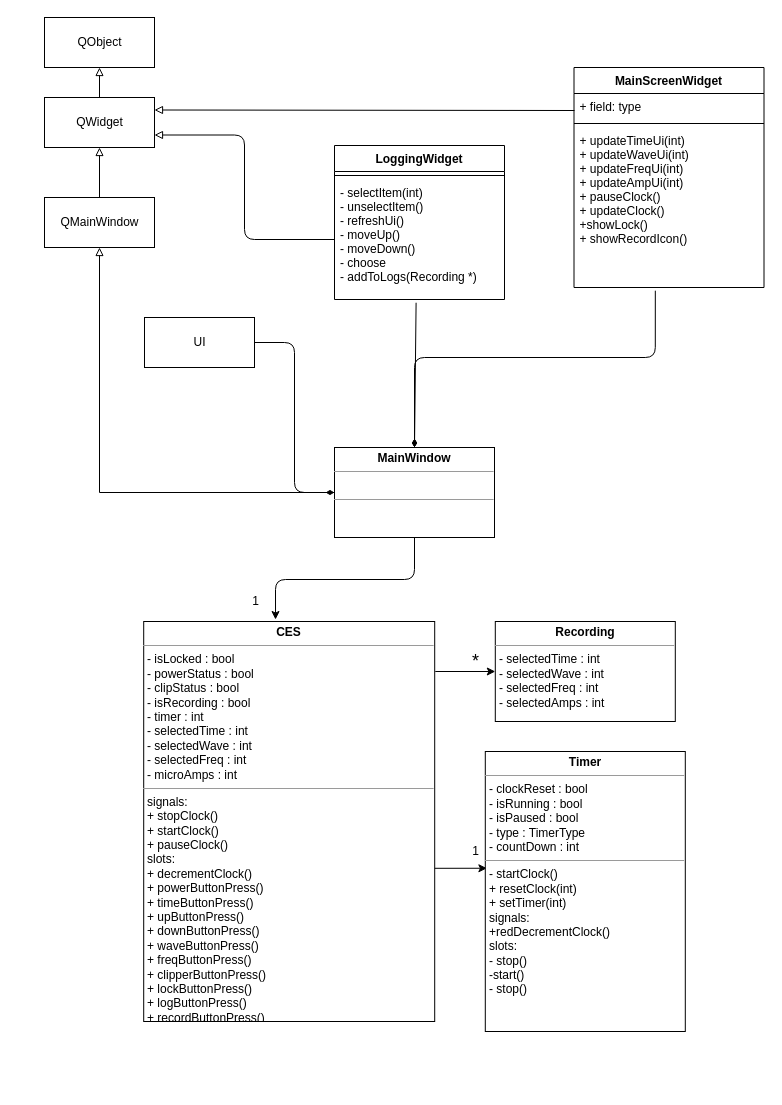
This is page "Class Diagram" (1 of 2) of Documentation/diagrams.drawio from willwright1213/CESSimulator, a draw.io file, before an edit. Source tidied: cells renumbered, new cells numbered last; positions are measured from the earlier drawing's top-left corner, leaving out a move shared by most shapes. Both pictures are drawn from the tidied source at 100%, with x=0, y=0 at pixel (44, 17).
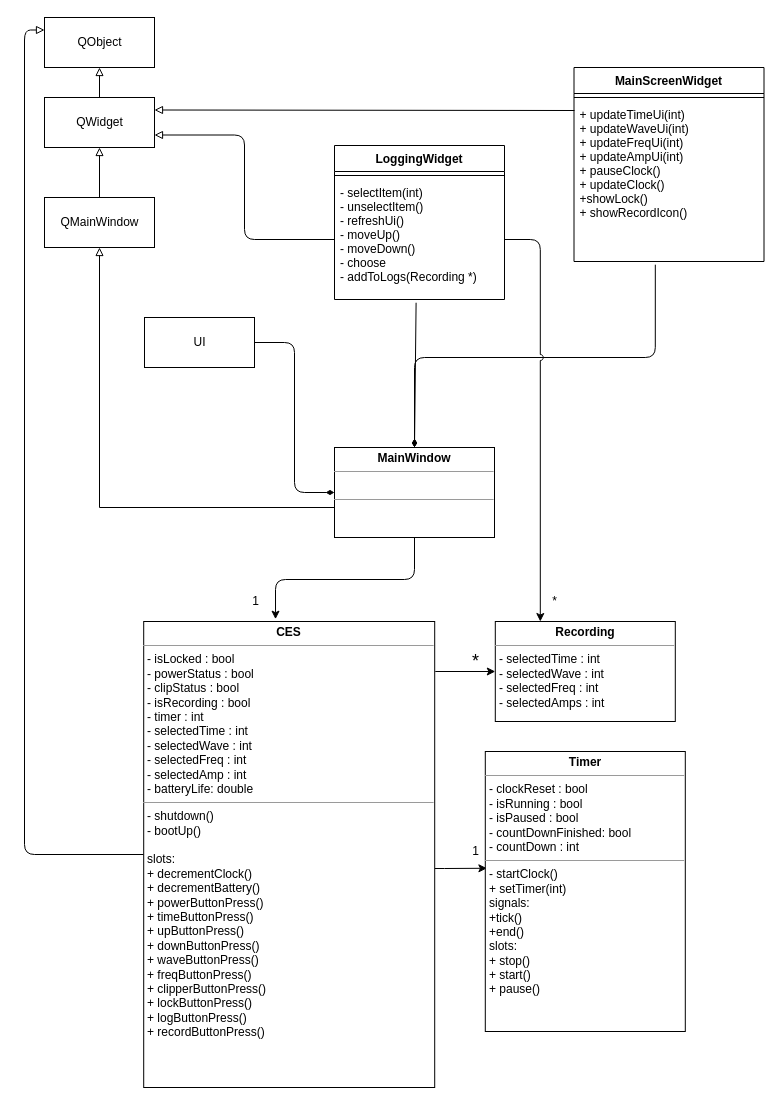
After the change.

The change refers to these unchanged cells:
```xml
<mxCell id="4" value="&lt;p style=&quot;margin: 0px ; margin-top: 4px ; text-align: center&quot;&gt;&lt;b&gt;MainWindow&lt;/b&gt;&lt;/p&gt;&lt;hr size=&quot;1&quot;&gt;&lt;p style=&quot;margin: 0px ; margin-left: 4px&quot;&gt;&lt;br&gt;&lt;/p&gt;&lt;hr size=&quot;1&quot;&gt;&lt;p style=&quot;margin: 0px ; margin-left: 4px&quot;&gt;&lt;br&gt;&lt;/p&gt;" style="verticalAlign=top;align=left;overflow=fill;fontSize=12;fontFamily=Helvetica;html=1;" parent="1" vertex="1">
  <mxGeometry x="290" y="430" width="160" height="90" as="geometry" />
</mxCell>
<mxCell id="8" value="&lt;p style=&quot;margin: 0px ; margin-top: 4px ; text-align: center&quot;&gt;&lt;b&gt;Recording&lt;/b&gt;&lt;/p&gt;&lt;hr size=&quot;1&quot;&gt;&lt;p style=&quot;margin: 0px ; margin-left: 4px&quot;&gt;- selectedTime : int&lt;/p&gt;&lt;p style=&quot;margin: 0px ; margin-left: 4px&quot;&gt;- selectedWave : int&lt;br&gt;&lt;/p&gt;&lt;p style=&quot;margin: 0px ; margin-left: 4px&quot;&gt;- selectedFreq : int&lt;br&gt;&lt;/p&gt;&lt;p style=&quot;margin: 0px ; margin-left: 4px&quot;&gt;- selectedAmps : int&lt;br&gt;&lt;/p&gt;&lt;p style=&quot;margin: 0px ; margin-left: 4px&quot;&gt;&lt;br&gt;&lt;/p&gt;" style="verticalAlign=top;align=left;overflow=fill;fontSize=12;fontFamily=Helvetica;html=1;" parent="1" vertex="1">
  <mxGeometry x="450.8" y="604" width="180" height="100" as="geometry" />
</mxCell>
<mxCell id="10" value="QObject" style="html=1;" parent="1" vertex="1">
  <mxGeometry width="110" height="50" as="geometry" />
</mxCell>
<mxCell id="12" value="QMainWindow" style="html=1;" parent="1" vertex="1">
  <mxGeometry y="180" width="110" height="50" as="geometry" />
</mxCell>
<mxCell id="27" value="- selectItem(int)&#10;- unselectItem()&#10;- refreshUi()&#10;- moveUp()&#10;- moveDown()&#10;- choose&#10;- addToLogs(Recording *)" style="text;strokeColor=none;fillColor=none;align=left;verticalAlign=top;spacingLeft=4;spacingRight=4;overflow=hidden;points=[[0,0.5],[1,0.5]];portConstraint=eastwest;" parent="25" vertex="1">
  <mxGeometry y="34" width="170" height="120" as="geometry" />
</mxCell>
```

Change to the diagram source:
```diff
@@
     <mxCell id="2" style="edgeStyle=orthogonalEdgeStyle;rounded=0;jettySize=auto;html=1;entryX=0.5;entryY=1;entryDx=0;entryDy=0;endArrow=block;endFill=0;" parent="1" edge="1" source="4" target="12">
-      <mxGeometry relative="1" as="geometry" />
+      <mxGeometry relative="1" as="geometry">
+        <Array as="points">
+          <mxPoint x="55" y="490" />
+        </Array>
+      </mxGeometry>
     </mxCell>
@@
-    <mxCell id="6" style="rounded=0;jettySize=auto;html=1;entryX=0.008;entryY=0.417;entryDx=0;entryDy=0;endArrow=classic;endFill=1;exitX=0.998;exitY=0.617;exitDx=0;exitDy=0;exitPerimeter=0;entryPerimeter=0;" parent="1" edge="1" source="7" target="9">
-      <mxGeometry relative="1" as="geometry" />
+    <mxCell id="6" style="rounded=0;jettySize=auto;html=1;entryX=0.008;entryY=0.417;entryDx=0;entryDy=0;endArrow=classic;endFill=1;entryPerimeter=0;edgeStyle=orthogonalEdgeStyle;" parent="1" edge="1" source="7" target="9">
+      <mxGeometry relative="1" as="geometry">
+        <Array as="points">
+          <mxPoint x="400" y="851" />
+          <mxPoint x="400" y="851" />
+        </Array>
+      </mxGeometry>
     </mxCell>
+    <mxCell id="31" style="edgeStyle=orthogonalEdgeStyle;rounded=1;jumpStyle=arc;jettySize=auto;html=1;entryX=0;entryY=0.25;entryDx=0;entryDy=0;endArrow=block;endFill=0;" parent="1" edge="1" source="7" target="10">
+      <mxGeometry relative="1" as="geometry">
+        <Array as="points">
+          <mxPoint x="-20" y="837" />
+          <mxPoint x="-20" y="13" />
+        </Array>
+      </mxGeometry>
+    </mxCell>
-    <mxCell id="7" value="&lt;p style=&quot;margin: 0px ; margin-top: 4px ; text-align: center&quot;&gt;&lt;b&gt;CES&lt;/b&gt;&lt;/p&gt;&lt;hr size=&quot;1&quot;&gt;&lt;p style=&quot;margin: 0px ; margin-left: 4px&quot;&gt;- isLocked : bool&lt;/p&gt;&lt;p style=&quot;margin: 0px ; margin-left: 4px&quot;&gt;- powerStatus : bool&lt;/p&gt;&lt;p style=&quot;margin: 0px ; margin-left: 4px&quot;&gt;- clipStatus : bool&lt;/p&gt;&lt;p style=&quot;margin: 0px ; margin-left: 4px&quot;&gt;- isRecording : bool&lt;/p&gt;&lt;p style=&quot;margin: 0px ; margin-left: 4px&quot;&gt;- timer : int&lt;/p&gt;&lt;p style=&quot;margin: 0px ; margin-left: 4px&quot;&gt;- selectedTime : int&lt;/p&gt;&lt;p style=&quot;margin: 0px ; margin-left: 4px&quot;&gt;- selectedWave : int&lt;/p&gt;&lt;p style=&quot;margin: 0px ; margin-left: 4px&quot;&gt;- selectedFreq : int&lt;/p&gt;&lt;p style=&quot;margin: 0px ; margin-left: 4px&quot;&gt;- microAmps : int&lt;/p&gt;&lt;hr size=&quot;1&quot;&gt;&lt;p style=&quot;margin: 0px ; margin-left: 4px&quot;&gt;signals:&lt;/p&gt;&lt;p style=&quot;margin: 0px ; margin-left: 4px&quot;&gt;+ stopClock()&lt;/p&gt;&lt;p style=&quot;margin: 0px ; margin-left: 4px&quot;&gt;+ startClock()&lt;/p&gt;&lt;p style=&quot;margin: 0px ; margin-left: 4px&quot;&gt;+ pauseClock()&lt;/p&gt;&lt;p style=&quot;margin: 0px ; margin-left: 4px&quot;&gt;slots:&lt;/p&gt;&lt;p style=&quot;margin: 0px ; margin-left: 4px&quot;&gt;+ decrementClock()&lt;/p&gt;&lt;p style=&quot;margin: 0px ; margin-left: 4px&quot;&gt;+ powerButtonPress()&lt;/p&gt;&lt;p style=&quot;margin: 0px ; margin-left: 4px&quot;&gt;+ timeButtonPress()&lt;/p&gt;&lt;p style=&quot;margin: 0px ; margin-left: 4px&quot;&gt;+ upButtonPress()&lt;/p&gt;&lt;p style=&quot;margin: 0px ; margin-left: 4px&quot;&gt;+ downButtonPress()&lt;/p&gt;&lt;p style=&quot;margin: 0px ; margin-left: 4px&quot;&gt;+ waveButtonPress()&lt;/p&gt;&lt;p style=&quot;margin: 0px ; margin-left: 4px&quot;&gt;+ freqButtonPress()&lt;/p&gt;&lt;p style=&quot;margin: 0px ; margin-left: 4px&quot;&gt;+ clipperButtonPress()&lt;/p&gt;&lt;p style=&quot;margin: 0px ; margin-left: 4px&quot;&gt;+ lockButtonPress()&lt;/p&gt;&lt;p style=&quot;margin: 0px ; margin-left: 4px&quot;&gt;+ logButtonPress()&lt;/p&gt;&lt;p style=&quot;margin: 0px ; margin-left: 4px&quot;&gt;+ recordButtonPress()&lt;/p&gt;" style="verticalAlign=top;align=left;overflow=fill;fontSize=12;fontFamily=Helvetica;html=1;" parent="1" vertex="1">
-      <mxGeometry x="99.2" y="604" width="291" height="400" as="geometry" />
+    <mxCell id="7" value="&lt;p style=&quot;margin: 0px ; margin-top: 4px ; text-align: center&quot;&gt;&lt;b&gt;CES&lt;/b&gt;&lt;/p&gt;&lt;hr size=&quot;1&quot;&gt;&lt;p style=&quot;margin: 0px ; margin-left: 4px&quot;&gt;- isLocked : bool&lt;/p&gt;&lt;p style=&quot;margin: 0px ; margin-left: 4px&quot;&gt;- powerStatus : bool&lt;/p&gt;&lt;p style=&quot;margin: 0px ; margin-left: 4px&quot;&gt;- clipStatus : bool&lt;/p&gt;&lt;p style=&quot;margin: 0px ; margin-left: 4px&quot;&gt;- isRecording : bool&lt;/p&gt;&lt;p style=&quot;margin: 0px ; margin-left: 4px&quot;&gt;- timer : int&lt;/p&gt;&lt;p style=&quot;margin: 0px ; margin-left: 4px&quot;&gt;- selectedTime : int&lt;/p&gt;&lt;p style=&quot;margin: 0px ; margin-left: 4px&quot;&gt;- selectedWave : int&lt;/p&gt;&lt;p style=&quot;margin: 0px ; margin-left: 4px&quot;&gt;- selectedFreq : int&lt;/p&gt;&lt;p style=&quot;margin: 0px ; margin-left: 4px&quot;&gt;- selectedAmp : int&lt;/p&gt;&lt;p style=&quot;margin: 0px ; margin-left: 4px&quot;&gt;- batteryLife: double&lt;/p&gt;&lt;hr size=&quot;1&quot;&gt;&lt;p style=&quot;margin: 0px ; margin-left: 4px&quot;&gt;&lt;span&gt;- shutdown()&lt;/span&gt;&lt;/p&gt;&lt;p style=&quot;margin: 0px ; margin-left: 4px&quot;&gt;- bootUp()&lt;/p&gt;&lt;p style=&quot;margin: 0px ; margin-left: 4px&quot;&gt;&lt;br&gt;&lt;/p&gt;&lt;p style=&quot;margin: 0px ; margin-left: 4px&quot;&gt;&lt;span&gt;slots:&lt;/span&gt;&lt;br&gt;&lt;/p&gt;&lt;p style=&quot;margin: 0px ; margin-left: 4px&quot;&gt;+ decrementClock()&lt;/p&gt;&lt;p style=&quot;margin: 0px ; margin-left: 4px&quot;&gt;+ decrementBattery()&lt;/p&gt;&lt;p style=&quot;margin: 0px ; margin-left: 4px&quot;&gt;+ powerButtonPress()&lt;/p&gt;&lt;p style=&quot;margin: 0px ; margin-left: 4px&quot;&gt;+ timeButtonPress()&lt;/p&gt;&lt;p style=&quot;margin: 0px ; margin-left: 4px&quot;&gt;+ upButtonPress()&lt;/p&gt;&lt;p style=&quot;margin: 0px ; margin-left: 4px&quot;&gt;+ downButtonPress()&lt;/p&gt;&lt;p style=&quot;margin: 0px ; margin-left: 4px&quot;&gt;+ waveButtonPress()&lt;/p&gt;&lt;p style=&quot;margin: 0px ; margin-left: 4px&quot;&gt;+ freqButtonPress()&lt;/p&gt;&lt;p style=&quot;margin: 0px ; margin-left: 4px&quot;&gt;+ clipperButtonPress()&lt;/p&gt;&lt;p style=&quot;margin: 0px ; margin-left: 4px&quot;&gt;+ lockButtonPress()&lt;/p&gt;&lt;p style=&quot;margin: 0px ; margin-left: 4px&quot;&gt;+ logButtonPress()&lt;/p&gt;&lt;p style=&quot;margin: 0px ; margin-left: 4px&quot;&gt;+ recordButtonPress()&lt;/p&gt;" style="verticalAlign=top;align=left;overflow=fill;fontSize=12;fontFamily=Helvetica;html=1;" parent="1" vertex="1">
+      <mxGeometry x="99.2" y="604" width="291" height="466" as="geometry" />
     </mxCell>
@@
-    <mxCell id="9" value="&lt;p style=&quot;margin: 0px ; margin-top: 4px ; text-align: center&quot;&gt;&lt;b&gt;Timer&lt;/b&gt;&lt;/p&gt;&lt;hr size=&quot;1&quot;&gt;&lt;p style=&quot;margin: 0px ; margin-left: 4px&quot;&gt;- clockReset : bool&lt;/p&gt;&lt;p style=&quot;margin: 0px ; margin-left: 4px&quot;&gt;- isRunning : bool&lt;/p&gt;&lt;p style=&quot;margin: 0px ; margin-left: 4px&quot;&gt;- isPaused : bool&lt;/p&gt;&lt;p style=&quot;margin: 0px ; margin-left: 4px&quot;&gt;- type : TimerType&lt;/p&gt;&lt;p style=&quot;margin: 0px ; margin-left: 4px&quot;&gt;- countDown : int&lt;/p&gt;&lt;hr size=&quot;1&quot;&gt;&lt;p style=&quot;margin: 0px ; margin-left: 4px&quot;&gt;- startClock()&lt;/p&gt;&lt;p style=&quot;margin: 0px ; margin-left: 4px&quot;&gt;+ resetClock(int)&lt;/p&gt;&lt;p style=&quot;margin: 0px ; margin-left: 4px&quot;&gt;+ setTimer(int)&lt;/p&gt;&lt;p style=&quot;margin: 0px ; margin-left: 4px&quot;&gt;&lt;span&gt;signals:&lt;/span&gt;&lt;br&gt;&lt;/p&gt;&lt;p style=&quot;margin: 0px ; margin-left: 4px&quot;&gt;+redDecrementClock()&amp;nbsp;&lt;/p&gt;&lt;p style=&quot;margin: 0px ; margin-left: 4px&quot;&gt;slots:&lt;/p&gt;&lt;p style=&quot;margin: 0px ; margin-left: 4px&quot;&gt;- stop()&lt;/p&gt;&lt;p style=&quot;margin: 0px ; margin-left: 4px&quot;&gt;-start()&lt;/p&gt;&lt;p style=&quot;margin: 0px ; margin-left: 4px&quot;&gt;- stop()&lt;/p&gt;" style="verticalAlign=top;align=left;overflow=fill;fontSize=12;fontFamily=Helvetica;html=1;" parent="1" vertex="1">
+    <mxCell id="9" value="&lt;p style=&quot;margin: 0px ; margin-top: 4px ; text-align: center&quot;&gt;&lt;b&gt;Timer&lt;/b&gt;&lt;/p&gt;&lt;hr size=&quot;1&quot;&gt;&lt;p style=&quot;margin: 0px ; margin-left: 4px&quot;&gt;- clockReset : bool&lt;/p&gt;&lt;p style=&quot;margin: 0px ; margin-left: 4px&quot;&gt;- isRunning : bool&lt;/p&gt;&lt;p style=&quot;margin: 0px ; margin-left: 4px&quot;&gt;- isPaused : bool&lt;/p&gt;&lt;p style=&quot;margin: 0px ; margin-left: 4px&quot;&gt;- countDownFinished: bool&lt;/p&gt;&lt;p style=&quot;margin: 0px ; margin-left: 4px&quot;&gt;- countDown : int&lt;/p&gt;&lt;hr size=&quot;1&quot;&gt;&lt;p style=&quot;margin: 0px ; margin-left: 4px&quot;&gt;- startClock()&lt;/p&gt;&lt;p style=&quot;margin: 0px ; margin-left: 4px&quot;&gt;+ setTimer(int)&lt;/p&gt;&lt;p style=&quot;margin: 0px ; margin-left: 4px&quot;&gt;&lt;span&gt;signals:&lt;/span&gt;&lt;/p&gt;&lt;p style=&quot;margin: 0px ; margin-left: 4px&quot;&gt;+tick()&lt;/p&gt;&lt;p style=&quot;margin: 0px ; margin-left: 4px&quot;&gt;+end()&lt;/p&gt;&lt;p style=&quot;margin: 0px ; margin-left: 4px&quot;&gt;slots:&lt;/p&gt;&lt;p style=&quot;margin: 0px ; margin-left: 4px&quot;&gt;+ stop()&lt;/p&gt;&lt;p style=&quot;margin: 0px ; margin-left: 4px&quot;&gt;+ start()&lt;/p&gt;&lt;p style=&quot;margin: 0px ; margin-left: 4px&quot;&gt;+ pause()&lt;/p&gt;" style="verticalAlign=top;align=left;overflow=fill;fontSize=12;fontFamily=Helvetica;html=1;" parent="1" vertex="1">
       <mxGeometry x="440.8" y="734" width="200" height="280" as="geometry" />
     </mxCell>
@@
     <mxCell id="20" value="MainScreenWidget" style="swimlane;fontStyle=1;align=center;verticalAlign=top;horizontal=1;startSize=26;" parent="1" vertex="1">
-      <mxGeometry x="529.5" y="50" width="190" height="220" as="geometry" />
+      <mxGeometry x="529.5" y="50" width="190" height="194" as="geometry" />
     </mxCell>
-    <mxCell id="21" value="+ field: type" style="text;strokeColor=none;fillColor=none;align=left;verticalAlign=top;spacingLeft=4;spacingRight=4;overflow=hidden;" parent="20" vertex="1">
-      <mxGeometry y="26" width="190" height="26" as="geometry" />
-    </mxCell>
     <mxCell id="22" style="line;strokeWidth=1;fillColor=none;align=left;verticalAlign=middle;spacingTop=-1;spacingLeft=3;spacingRight=3;labelPosition=right;" parent="20" vertex="1">
-      <mxGeometry y="52" width="190" height="8" as="geometry" />
+      <mxGeometry y="26" width="190" height="8" as="geometry" />
     </mxCell>
     <mxCell id="23" value="+ updateTimeUi(int)&#10;+ updateWaveUi(int)&#10;+ updateFreqUi(int)&#10;+ updateAmpUi(int)&#10;+ pauseClock()&#10;+ updateClock()&#10;+showLock()&#10;+ showRecordIcon()&#10;" style="text;strokeColor=none;fillColor=none;align=left;verticalAlign=top;spacingLeft=4;spacingRight=4;overflow=hidden;points=[[0,0.5],[1,0.5]];portConstraint=eastwest;" parent="20" vertex="1">
-      <mxGeometry y="60" width="190" height="160" as="geometry" />
+      <mxGeometry y="34" width="190" height="160" as="geometry" />
     </mxCell>
@@
+    <mxCell id="32" style="edgeStyle=orthogonalEdgeStyle;rounded=1;jettySize=auto;html=1;elbow=vertical;entryX=0.25;entryY=0;entryDx=0;entryDy=0;jumpStyle=arc;" parent="1" edge="1" source="27" target="8">
+      <mxGeometry relative="1" as="geometry">
+        <Array as="points">
+          <mxPoint x="496" y="222" />
+        </Array>
+      </mxGeometry>
+    </mxCell>
+    <mxCell id="33" value="*" style="text;html=1;align=center;verticalAlign=middle;strokeColor=none;fillColor=none;" parent="1" vertex="1">
+      <mxGeometry x="500" y="574" width="20" height="20" as="geometry" />
+    </mxCell>
```
